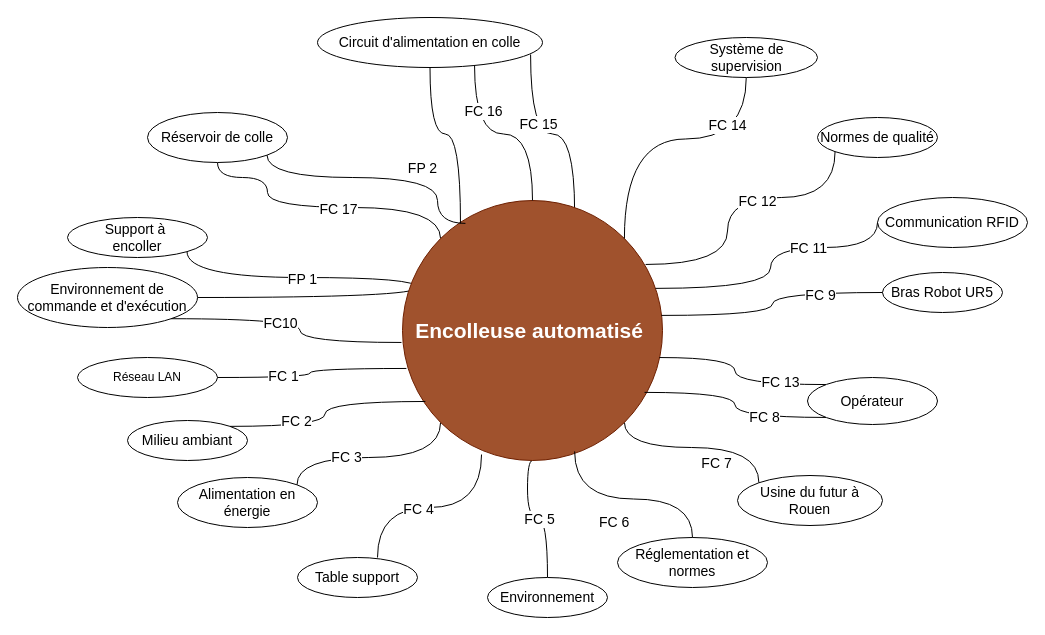
Before: Diagramme sans nom.drawio in FaMafaik/SysAutom, a draw.io diagram. Source tidied: cells renumbered, new cells numbered last; positions are measured from the earlier drawing's top-left corner, leaving out a move shared by most shapes. Both pictures are drawn from the tidied source at 100%, with x=0, y=0 at pixel (17, 17).
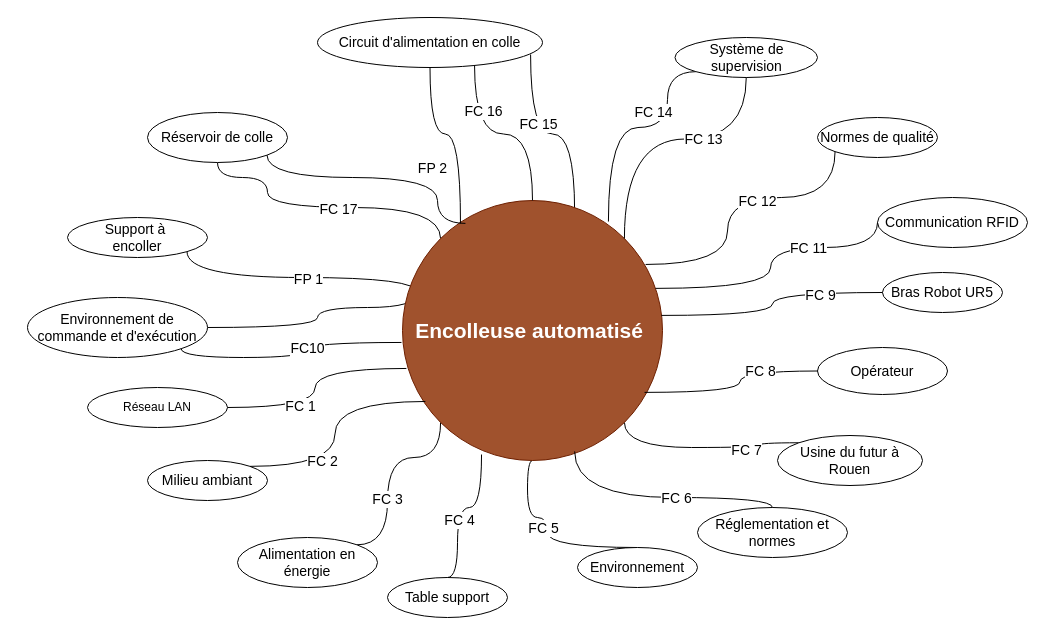
Above is the later version.

Commit message (it also covers changes not shown here):
Mettre à jour Diagramme sans nom.drawio

The change refers to these unchanged cells:
```xml
<mxCell id="4" value="Support à&amp;nbsp;&lt;div&gt;encoller&lt;/div&gt;" style="ellipse;whiteSpace=wrap;html=1;fontSize=14;" parent="1" vertex="1">
  <mxGeometry x="50" y="200" width="140" height="40" as="geometry" />
</mxCell>
<mxCell id="15" style="edgeStyle=orthogonalEdgeStyle;rounded=0;jettySize=auto;html=1;exitX=0.5;exitY=0;exitDx=0;exitDy=0;entryX=0.5;entryY=1;entryDx=0;entryDy=0;curved=1;endArrow=none;startFill=0;" parent="1" edge="1" source="17" target="30">
  <mxGeometry relative="1" as="geometry">
    <Array as="points">
      <mxPoint x="530" y="500" />
      <mxPoint x="510" y="500" />
      <mxPoint x="510" y="443" />
    </Array>
  </mxGeometry>
</mxCell>
<mxCell id="30" value="&lt;b&gt;&lt;font style=&quot;font-size: 21px;&quot;&gt;Encolleuse automatisé&amp;nbsp;&lt;/font&gt;&lt;/b&gt;" style="ellipse;whiteSpace=wrap;html=1;fillColor=#a0522d;strokeColor=#6D1F00;fontColor=#ffffff;fontSize=14;" parent="1" vertex="1">
  <mxGeometry x="385" y="183" width="260" height="260" as="geometry" />
</mxCell>
<mxCell id="34" value="Système de supervision" style="ellipse;whiteSpace=wrap;html=1;fontSize=14;" parent="1" vertex="1">
  <mxGeometry x="657.5" y="20" width="142.5" height="40" as="geometry" />
</mxCell>
```

What changed in the source:
```diff
@@
     <mxCell id="2" style="edgeStyle=orthogonalEdgeStyle;rounded=0;jettySize=auto;html=1;exitX=1;exitY=1;exitDx=0;exitDy=0;entryX=1;entryY=0.5;entryDx=0;entryDy=0;curved=1;endArrow=none;startFill=0;" parent="1" edge="1" source="4" target="8">
       <mxGeometry relative="1" as="geometry">
         <Array as="points">
           <mxPoint x="170" y="260" />
           <mxPoint x="400" y="260" />
-          <mxPoint x="400" y="280" />
+          <mxPoint x="400" y="290" />
+          <mxPoint x="300" y="290" />
+          <mxPoint x="300" y="310" />
         </Array>
       </mxGeometry>
     </mxCell>
@@
     <mxCell id="8" value="&lt;span style=&quot;font-size: 14px;&quot;&gt;Environnement de commande et d'exécution&lt;/span&gt;" style="ellipse;whiteSpace=wrap;html=1;" parent="1" vertex="1">
-      <mxGeometry y="250" width="180" height="60" as="geometry" />
+      <mxGeometry x="10" y="280" width="180" height="60" as="geometry" />
     </mxCell>
     <mxCell id="9" value="Réseau LAN" style="ellipse;whiteSpace=wrap;html=1;" parent="1" vertex="1">
-      <mxGeometry x="60" y="340" width="140" height="40" as="geometry" />
+      <mxGeometry x="70" y="370" width="140" height="40" as="geometry" />
     </mxCell>
     <mxCell id="10" value="Milieu ambiant" style="ellipse;whiteSpace=wrap;html=1;fontSize=14;" parent="1" vertex="1">
-      <mxGeometry x="110" y="403" width="120" height="40" as="geometry" />
+      <mxGeometry x="130" y="443" width="120" height="40" as="geometry" />
     </mxCell>
     <mxCell id="11" style="edgeStyle=orthogonalEdgeStyle;rounded=0;jettySize=auto;html=1;exitX=1;exitY=0;exitDx=0;exitDy=0;entryX=0;entryY=1;entryDx=0;entryDy=0;curved=1;endArrow=none;startFill=0;" parent="1" edge="1" source="13" target="30">
       <mxGeometry relative="1" as="geometry">
         <Array as="points">
-          <mxPoint x="280" y="440" />
+          <mxPoint x="370" y="527" />
+          <mxPoint x="370" y="440" />
           <mxPoint x="423" y="440" />
         </Array>
       </mxGeometry>
     </mxCell>
@@
     <mxCell id="13" value="Alimentation en énergie" style="ellipse;whiteSpace=wrap;html=1;fontSize=14;" parent="1" vertex="1">
-      <mxGeometry x="160" y="460" width="140" height="50" as="geometry" />
+      <mxGeometry x="220" y="520" width="140" height="50" as="geometry" />
     </mxCell>
     <mxCell id="14" value="Table support" style="ellipse;whiteSpace=wrap;html=1;fontSize=14;" parent="1" vertex="1">
-      <mxGeometry x="280" y="540" width="120" height="40" as="geometry" />
+      <mxGeometry x="370" y="560" width="120" height="40" as="geometry" />
     </mxCell>
@@
     <mxCell id="16" value="&lt;span style=&quot;font-size: 14px;&quot;&gt;FC 5&lt;/span&gt;" style="edgeLabel;html=1;align=center;verticalAlign=middle;" parent="15" vertex="1">
-      <mxGeometry x="-0.03" y="1" relative="1" as="geometry" />
+      <mxGeometry x="-0.03" y="1" relative="1" as="geometry">
+        <mxPoint x="-4" y="-12" as="offset" />
+      </mxGeometry>
     </mxCell>
     <mxCell id="17" value="Environnement" style="ellipse;whiteSpace=wrap;html=1;fontSize=14;" parent="1" vertex="1">
-      <mxGeometry x="470" y="560" width="120" height="40" as="geometry" />
+      <mxGeometry x="560" y="530" width="120" height="40" as="geometry" />
     </mxCell>
     <mxCell id="18" value="Réglementation et normes" style="ellipse;whiteSpace=wrap;html=1;fontSize=14;" parent="1" vertex="1">
-      <mxGeometry x="600" y="520" width="150" height="50" as="geometry" />
+      <mxGeometry x="680" y="490" width="150" height="50" as="geometry" />
     </mxCell>
     <mxCell id="19" value="Opérateur" style="ellipse;whiteSpace=wrap;html=1;fontSize=14;" parent="1" vertex="1">
-      <mxGeometry x="790" y="360" width="130" height="47" as="geometry" />
+      <mxGeometry x="800" y="330" width="130" height="47" as="geometry" />
     </mxCell>
@@
     <mxCell id="21" value="Usine du futur à Rouen" style="ellipse;whiteSpace=wrap;html=1;fontSize=14;" parent="1" vertex="1">
-      <mxGeometry x="720" y="458" width="145" height="50" as="geometry" />
+      <mxGeometry x="760" y="418" width="145" height="50" as="geometry" />
     </mxCell>
     <mxCell id="22" value="FC 7" style="edgeLabel;html=1;align=center;verticalAlign=middle;fontSize=14;" parent="1" vertex="1">
-      <mxGeometry x="710" y="443" as="geometry">
+      <mxGeometry x="740" y="430" as="geometry">
         <mxPoint x="-12" y="2" as="offset" />
       </mxGeometry>
     </mxCell>
@@
     <mxCell id="29" value="FP 2" style="edgeLabel;html=1;align=center;verticalAlign=middle;fontSize=14;" parent="1" vertex="1">
-      <mxGeometry x="450" y="230" as="geometry">
+      <mxGeometry x="460" y="230" as="geometry">
         <mxPoint x="-46" y="-80" as="offset" />
       </mxGeometry>
     </mxCell>
@@
-    <mxCell id="31" value="&lt;span style=&quot;color: rgb(0, 0, 0); font-family: Helvetica; font-style: normal; font-variant-ligatures: normal; font-variant-caps: normal; font-weight: 400; letter-spacing: normal; orphans: 2; text-align: center; text-indent: 0px; text-transform: none; widows: 2; word-spacing: 0px; -webkit-text-stroke-width: 0px; white-space: nowrap; background-color: rgb(255, 255, 255); text-decoration-thickness: initial; text-decoration-style: initial; text-decoration-color: initial; float: none; display: inline !important;&quot;&gt;FC 6&lt;/span&gt;" style="text;whiteSpace=wrap;html=1;fontSize=14;" parent="1" vertex="1">
-      <mxGeometry x="580" y="490" width="30" height="20" as="geometry" />
-    </mxCell>
-    <mxCell id="32" style="edgeStyle=orthogonalEdgeStyle;rounded=0;jettySize=auto;html=1;exitX=0.5;exitY=1;exitDx=0;exitDy=0;entryX=1;entryY=0;entryDx=0;entryDy=0;curved=1;endArrow=none;startFill=0;" parent="1" edge="1" source="34" target="30">
-      <mxGeometry relative="1" as="geometry" />
+    <mxCell id="32" style="edgeStyle=orthogonalEdgeStyle;rounded=0;jettySize=auto;html=1;exitX=0;exitY=1;exitDx=0;exitDy=0;entryX=0.792;entryY=0.081;entryDx=0;entryDy=0;curved=1;endArrow=none;startFill=0;entryPerimeter=0;" parent="1" edge="1" source="34" target="30">
+      <mxGeometry relative="1" as="geometry">
+        <Array as="points">
+          <mxPoint x="650" y="54" />
+          <mxPoint x="650" y="110" />
+          <mxPoint x="591" y="110" />
+        </Array>
+      </mxGeometry>
     </mxCell>
@@
     <mxCell id="35" style="edgeStyle=orthogonalEdgeStyle;rounded=0;jettySize=auto;html=1;entryX=0.662;entryY=0.965;entryDx=0;entryDy=0;entryPerimeter=0;curved=1;endArrow=none;startFill=0;" parent="1" edge="1" source="18" target="30">
-      <mxGeometry relative="1" as="geometry" />
+      <mxGeometry relative="1" as="geometry">
+        <Array as="points">
+          <mxPoint x="755" y="480" />
+          <mxPoint x="557" y="480" />
+        </Array>
+      </mxGeometry>
     </mxCell>
+    <mxCell id="31" value="&lt;span style=&quot;font-size: 14px;&quot;&gt;FC 6&lt;/span&gt;" style="edgeLabel;html=1;align=center;verticalAlign=middle;" parent="35" vertex="1">
+      <mxGeometry x="-0.37" y="-10" relative="1" as="geometry">
+        <mxPoint x="-27" y="10" as="offset" />
+      </mxGeometry>
+    </mxCell>
-    <mxCell id="36" style="edgeStyle=orthogonalEdgeStyle;rounded=0;jettySize=auto;html=1;exitX=0;exitY=0;exitDx=0;exitDy=0;entryX=0.988;entryY=0.604;entryDx=0;entryDy=0;entryPerimeter=0;curved=1;endArrow=none;startFill=0;" parent="1" edge="1" source="19" target="30">
+    <mxCell id="36" style="edgeStyle=orthogonalEdgeStyle;rounded=0;jettySize=auto;html=1;exitX=0.5;exitY=1;exitDx=0;exitDy=0;entryX=1;entryY=0;entryDx=0;entryDy=0;curved=1;endArrow=none;startFill=0;" parent="1" edge="1" source="34" target="30">
       <mxGeometry relative="1" as="geometry" />
     </mxCell>
     <mxCell id="37" value="&lt;span style=&quot;font-size: 14px;&quot;&gt;FC 13&lt;/span&gt;" style="edgeLabel;html=1;align=center;verticalAlign=middle;" parent="36" vertex="1">
-      <mxGeometry x="-0.53" y="-3" relative="1" as="geometry" />
+      <mxGeometry x="-0.26" y="-1" relative="1" as="geometry">
+        <mxPoint y="1" as="offset" />
+      </mxGeometry>
     </mxCell>
-    <mxCell id="38" style="edgeStyle=orthogonalEdgeStyle;rounded=0;jettySize=auto;html=1;exitX=0;exitY=1;exitDx=0;exitDy=0;curved=1;entryX=0.931;entryY=0.738;entryDx=0;entryDy=0;entryPerimeter=0;endArrow=none;startFill=0;" parent="1" edge="1" source="19" target="30">
+    <mxCell id="38" style="edgeStyle=orthogonalEdgeStyle;rounded=0;jettySize=auto;html=1;exitX=0;exitY=0.5;exitDx=0;exitDy=0;curved=1;entryX=0.931;entryY=0.738;entryDx=0;entryDy=0;entryPerimeter=0;endArrow=none;startFill=0;" parent="1" edge="1" source="19" target="30">
       <mxGeometry relative="1" as="geometry" />
     </mxCell>
@@
     <mxCell id="48" style="edgeStyle=orthogonalEdgeStyle;rounded=0;jettySize=auto;html=1;exitX=1;exitY=1;exitDx=0;exitDy=0;entryX=-0.004;entryY=0.546;entryDx=0;entryDy=0;entryPerimeter=0;curved=1;endArrow=none;startFill=0;" parent="1" edge="1" source="8" target="30">
-      <mxGeometry relative="1" as="geometry" />
+      <mxGeometry relative="1" as="geometry">
+        <Array as="points">
+          <mxPoint x="164" y="340" />
+          <mxPoint x="288" y="340" />
+          <mxPoint x="288" y="325" />
+        </Array>
+      </mxGeometry>
     </mxCell>
     <mxCell id="49" value="&lt;span style=&quot;font-size: 14px;&quot;&gt;FC10&lt;/span&gt;" style="edgeLabel;html=1;align=center;verticalAlign=middle;" parent="48" vertex="1">
-      <mxGeometry x="-0.14" y="-4" relative="1" as="geometry" />
+      <mxGeometry x="-0.14" y="-4" relative="1" as="geometry">
+        <mxPoint x="30" y="-14" as="offset" />
+      </mxGeometry>
     </mxCell>
@@
-    <mxCell id="54" style="edgeStyle=orthogonalEdgeStyle;rounded=0;jettySize=auto;html=1;exitX=0;exitY=1;exitDx=0;exitDy=0;entryX=0.304;entryY=0.977;entryDx=0;entryDy=0;entryPerimeter=0;curved=1;endArrow=none;startFill=0;" parent="1" edge="1" target="30">
+    <mxCell id="54" style="edgeStyle=orthogonalEdgeStyle;rounded=0;jettySize=auto;html=1;exitX=0.5;exitY=0;exitDx=0;exitDy=0;entryX=0.304;entryY=0.977;entryDx=0;entryDy=0;entryPerimeter=0;curved=1;endArrow=none;startFill=0;" parent="1" edge="1" source="14" target="30">
       <mxGeometry relative="1" as="geometry">
-        <mxPoint x="360" y="540" as="sourcePoint" />
         <Array as="points">
-          <mxPoint x="360" y="490" />
+          <mxPoint x="440" y="560" />
+          <mxPoint x="440" y="490" />
           <mxPoint x="464" y="490" />
         </Array>
       </mxGeometry>
     </mxCell>
```
